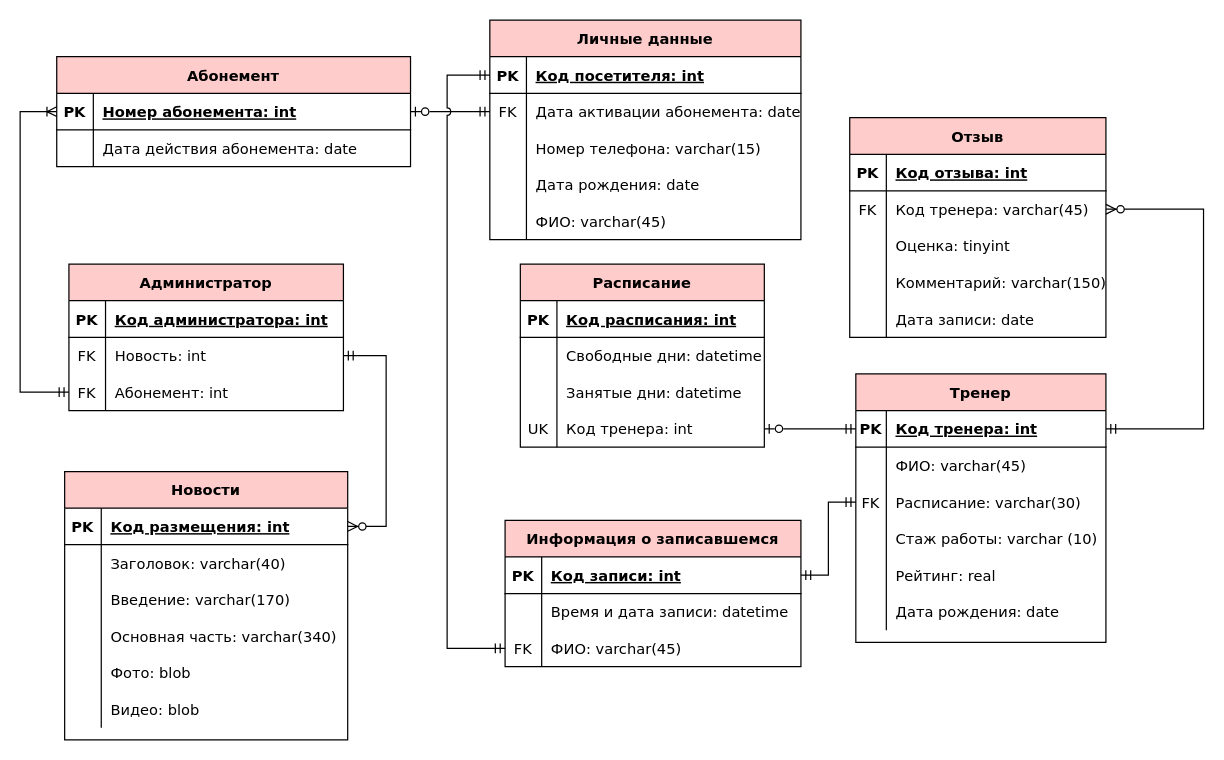
Above: page "Page-1" (1 of 2) of Diagrams/ER 3.drawio in yuliapyrikova/- (draw.io), before the change. Source tidied: cells renumbered, new cells numbered last; positions are measured from the earlier drawing's top-left corner, leaving out a move shared by most shapes. Both pictures are drawn from the tidied source at 122%, with x=0, y=0 at pixel (20, 20).
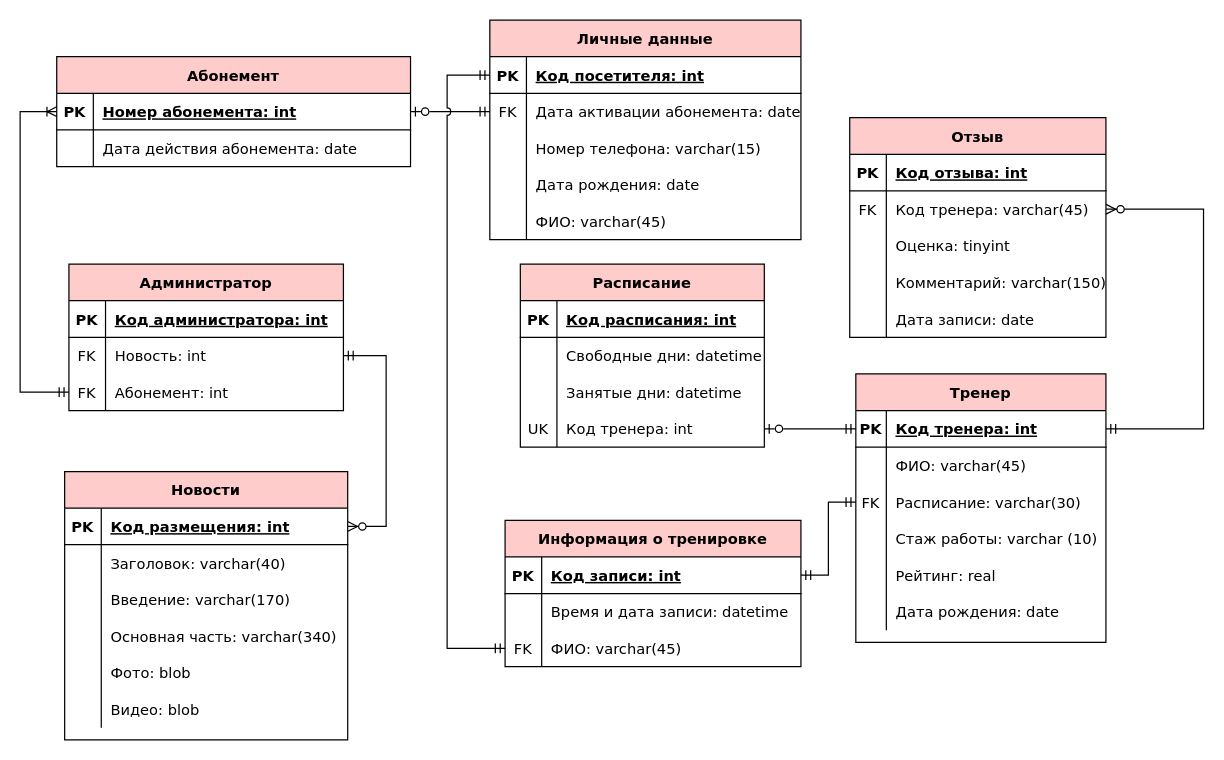
After the change.

What changed in the source:
```diff
@@
-    <mxCell id="95" value="Информация о записавшемся" style="shape=table;startSize=30;childLayout=tableLayout;rowLines=0;fontStyle=1;align=center;fillColor=#FFCCCC;strokeColor=#000000;fontColor=#000000;fontSize=12;fontFamily=Verdana;" parent="1" vertex="1">
+    <mxCell id="95" value="Информация о тренировке" style="shape=table;startSize=30;childLayout=tableLayout;rowLines=0;fontStyle=1;align=center;fillColor=#FFCCCC;strokeColor=#000000;fontColor=#000000;fontSize=12;fontFamily=Verdana;" parent="1" vertex="1">
       <mxGeometry x="397.5" y="410" width="242.5" height="120" as="geometry" />
     </mxCell>
```
